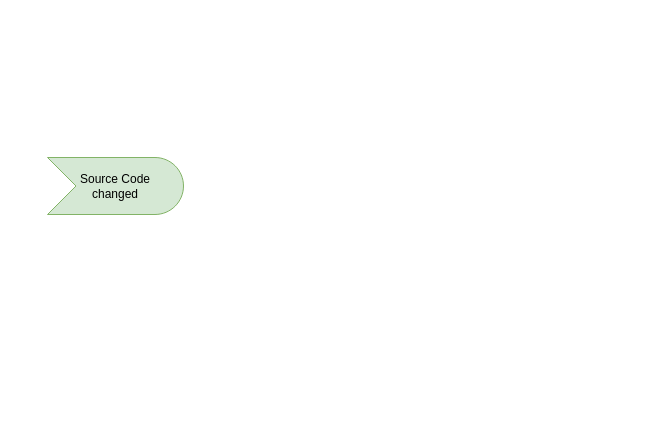
Before: page "concept" (1 of 2) of SnDevSecOps.drawio in algimas/tmp, a draw.io diagram. Source tidied: cells renumbered, new cells numbered last; positions are measured from the earlier drawing's top-left corner, leaving out a move shared by most shapes. Both pictures are drawn from the tidied source at 100%, with x=0, y=0 at pixel (47, 157).
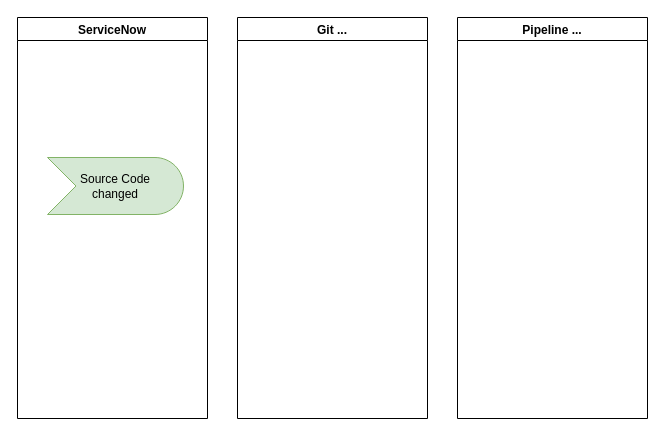
After the change.

Diff of the diagram source:
```diff
@@
 <mxGraphModel>
   <root>
     <mxCell id="0" />
     <mxCell id="1" parent="0" />
     <mxCell id="2" value="Source Code &lt;br&gt;changed" style="html=1;whiteSpace=wrap;fillColor=#d5e8d4;shape=mxgraph.archimate3.event;strokeColor=#82b366;" parent="1" vertex="1">
       <mxGeometry width="136" height="57" as="geometry" />
     </mxCell>
+    <mxCell id="3" value="ServiceNow" style="swimlane;" parent="1" vertex="1">
+      <mxGeometry x="-30" y="-140" width="190" height="401" as="geometry" />
+    </mxCell>
+    <mxCell id="4" value="Git ..." style="swimlane;" parent="1" vertex="1">
+      <mxGeometry x="190" y="-140" width="190" height="401" as="geometry" />
+    </mxCell>
+    <mxCell id="5" value="Pipeline ..." style="swimlane;" parent="1" vertex="1">
+      <mxGeometry x="410" y="-140" width="190" height="401" as="geometry" />
+    </mxCell>
   </root>
 </mxGraphModel>
```
